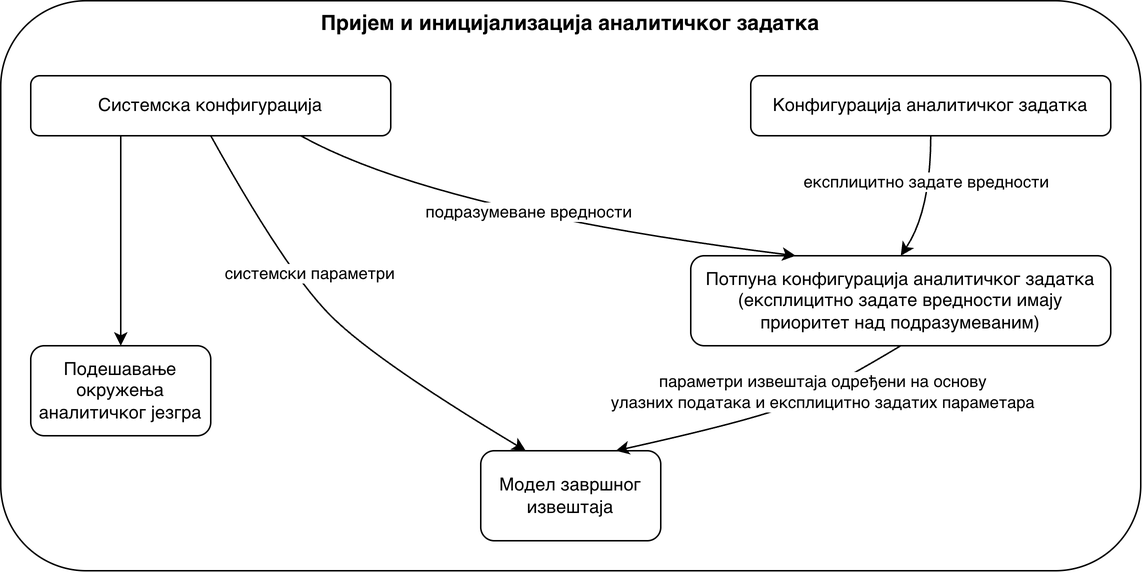
Earlier version of the draw.io export figures/system-design-diagrams/export/analytical-task-initialization-diagram.png (RogovGreg/master-thesis). Source tidied: cells renumbered, new cells last; positions are measured from the earlier drawing's top-left corner, leaving out a move shared by most shapes. The source it was exported from:
```xml
<mxGraphModel>
  <root>
    <mxCell id="0" />
    <mxCell id="1" parent="0" />
    <mxCell id="2" style="rounded=1;whiteSpace=wrap;html=1;" parent="1" vertex="1">
      <mxGeometry width="760" height="380" as="geometry" />
    </mxCell>
    <mxCell id="3" value="&lt;font style=&quot;font-size: 14px;&quot;&gt;&lt;b&gt;Пријем и иницијализација аналитичког задатка&lt;/b&gt;&lt;/font&gt;" style="text;html=1;whiteSpace=wrap;strokeColor=none;fillColor=none;align=center;verticalAlign=middle;rounded=0;" parent="1" vertex="1">
      <mxGeometry x="205" width="350" height="30" as="geometry" />
    </mxCell>
    <mxCell id="4" style="edgeStyle=orthogonalEdgeStyle;rounded=0;jettySize=auto;html=1;exitX=0.25;exitY=1;exitDx=0;exitDy=0;entryX=0.5;entryY=0;entryDx=0;entryDy=0;" parent="1" edge="1" source="5" target="8">
      <mxGeometry relative="1" as="geometry" />
    </mxCell>
    <mxCell id="5" value="Системска конфигурација" style="rounded=1;whiteSpace=wrap;html=1;" parent="1" vertex="1">
      <mxGeometry x="20" y="50" width="240" height="40" as="geometry" />
    </mxCell>
    <mxCell id="6" value="Конфигурација аналитичког задатка" style="rounded=1;whiteSpace=wrap;html=1;" parent="1" vertex="1">
      <mxGeometry x="500" y="50" width="240" height="40" as="geometry" />
    </mxCell>
    <mxCell id="7" value="&lt;span&gt;Потпуна конфигурација аналитичког задатка&lt;/span&gt;&lt;br&gt;&lt;span&gt;(експлицитно задате вредности имају приоритет над подразумеваним)&lt;/span&gt;" style="rounded=1;whiteSpace=wrap;html=1;" parent="1" vertex="1">
      <mxGeometry x="460" y="170" width="280" height="60" as="geometry" />
    </mxCell>
    <mxCell id="8" value="Подешавање окружења аналитичког језгра" style="rounded=1;whiteSpace=wrap;html=1;" parent="1" vertex="1">
      <mxGeometry x="20" y="230" width="120" height="60" as="geometry" />
    </mxCell>
    <mxCell id="9" value="Модел завршног извештаја" style="rounded=1;whiteSpace=wrap;html=1;" parent="1" vertex="1">
      <mxGeometry x="320" y="300" width="120" height="60" as="geometry" />
    </mxCell>
    <mxCell id="10" style="curved=1;endArrow=classic;html=1;rounded=0;exitX=0.75;exitY=1;exitDx=0;exitDy=0;entryX=0.25;entryY=0;entryDx=0;entryDy=0;" parent="1" edge="1" source="5" target="7">
      <mxGeometry relative="1" as="geometry">
        <Array as="points">
          <mxPoint x="290" y="140" />
        </Array>
      </mxGeometry>
    </mxCell>
    <mxCell id="11" value="подразумеване вредности" style="edgeLabel;html=1;align=center;verticalAlign=middle;" parent="10" vertex="1">
      <mxGeometry x="-0.05" y="7" relative="1" as="geometry" />
    </mxCell>
    <mxCell id="12" style="curved=1;endArrow=classic;html=1;rounded=0;exitX=0.5;exitY=1;exitDx=0;exitDy=0;entryX=0.5;entryY=0;entryDx=0;entryDy=0;" parent="1" edge="1" source="6" target="7">
      <mxGeometry relative="1" as="geometry">
        <Array as="points">
          <mxPoint x="620" y="140" />
        </Array>
      </mxGeometry>
    </mxCell>
    <mxCell id="13" value="експлицитно задате вредности" style="edgeLabel;html=1;align=center;verticalAlign=middle;" parent="12" vertex="1">
      <mxGeometry x="-0.31" y="-4" relative="1" as="geometry" />
    </mxCell>
    <mxCell id="14" style="curved=1;endArrow=classic;html=1;rounded=0;exitX=0.5;exitY=1;exitDx=0;exitDy=0;entryX=0.25;entryY=0;entryDx=0;entryDy=0;" parent="1" edge="1" source="5" target="9">
      <mxGeometry relative="1" as="geometry">
        <Array as="points">
          <mxPoint x="190" y="180" />
          <mxPoint x="250" y="240" />
        </Array>
      </mxGeometry>
    </mxCell>
    <mxCell id="15" value="системски параметри" style="edgeLabel;html=1;align=center;verticalAlign=middle;" parent="14" vertex="1">
      <mxGeometry x="-0.24" y="10" relative="1" as="geometry" />
    </mxCell>
    <mxCell id="16" value="параметри извештаја одређени на основу&lt;br&gt;улазних података и експлицитно задатих параметара" style="curved=1;endArrow=classic;html=1;rounded=0;exitX=0.5;exitY=1;exitDx=0;exitDy=0;entryX=0.75;entryY=0;entryDx=0;entryDy=0;" parent="1" edge="1" source="7" target="9">
      <mxGeometry x="-0.4" relative="1" as="geometry">
        <Array as="points">
          <mxPoint x="550" y="260" />
          <mxPoint x="500" y="280" />
        </Array>
      </mxGeometry>
    </mxCell>
  </root>
</mxGraphModel>
```
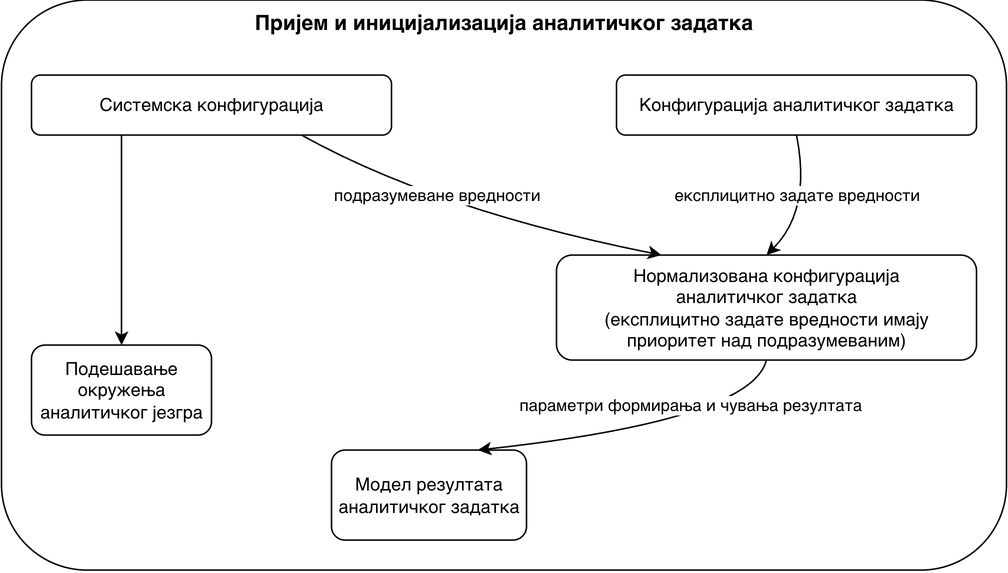
After the commit.

Diff of the diagram source:
```diff
@@ -3,10 +3,10 @@
     <mxCell id="0" />
     <mxCell id="1" parent="0" />
     <mxCell id="2" style="rounded=1;whiteSpace=wrap;html=1;" parent="1" vertex="1">
-      <mxGeometry width="760" height="380" as="geometry" />
+      <mxGeometry width="670" height="380" as="geometry" />
     </mxCell>
     <mxCell id="3" value="&lt;font style=&quot;font-size: 14px;&quot;&gt;&lt;b&gt;Пријем и иницијализација аналитичког задатка&lt;/b&gt;&lt;/font&gt;" style="text;html=1;whiteSpace=wrap;strokeColor=none;fillColor=none;align=center;verticalAlign=middle;rounded=0;" parent="1" vertex="1">
-      <mxGeometry x="205" width="350" height="30" as="geometry" />
+      <mxGeometry x="160" width="350" height="30" as="geometry" />
     </mxCell>
     <mxCell id="4" style="edgeStyle=orthogonalEdgeStyle;rounded=0;jettySize=auto;html=1;exitX=0.25;exitY=1;exitDx=0;exitDy=0;entryX=0.5;entryY=0;entryDx=0;entryDy=0;" parent="1" edge="1" source="5" target="8">
       <mxGeometry relative="1" as="geometry" />
@@ -15,16 +15,16 @@
       <mxGeometry x="20" y="50" width="240" height="40" as="geometry" />
     </mxCell>
     <mxCell id="6" value="Конфигурација аналитичког задатка" style="rounded=1;whiteSpace=wrap;html=1;" parent="1" vertex="1">
-      <mxGeometry x="500" y="50" width="240" height="40" as="geometry" />
+      <mxGeometry x="410" y="50" width="240" height="40" as="geometry" />
     </mxCell>
-    <mxCell id="7" value="&lt;span&gt;Потпуна конфигурација аналитичког задатка&lt;/span&gt;&lt;br&gt;&lt;span&gt;(експлицитно задате вредности имају приоритет над подразумеваним)&lt;/span&gt;" style="rounded=1;whiteSpace=wrap;html=1;" parent="1" vertex="1">
-      <mxGeometry x="460" y="170" width="280" height="60" as="geometry" />
+    <mxCell id="7" value="Нормализована конфигурација&lt;div&gt;аналитичког задатка&lt;br&gt;&lt;span&gt;(експлицитно задате вредности имају приоритет над подразумеваним)&lt;/span&gt;&lt;/div&gt;" style="rounded=1;whiteSpace=wrap;html=1;" parent="1" vertex="1">
+      <mxGeometry x="370" y="170" width="280" height="70" as="geometry" />
     </mxCell>
     <mxCell id="8" value="Подешавање окружења аналитичког језгра" style="rounded=1;whiteSpace=wrap;html=1;" parent="1" vertex="1">
       <mxGeometry x="20" y="230" width="120" height="60" as="geometry" />
     </mxCell>
-    <mxCell id="9" value="Модел завршног извештаја" style="rounded=1;whiteSpace=wrap;html=1;" parent="1" vertex="1">
-      <mxGeometry x="320" y="300" width="120" height="60" as="geometry" />
+    <mxCell id="9" value="Модел резултата аналитичког задатка" style="rounded=1;whiteSpace=wrap;html=1;" parent="1" vertex="1">
+      <mxGeometry x="220" y="300" width="130" height="60" as="geometry" />
     </mxCell>
     <mxCell id="10" style="curved=1;endArrow=classic;html=1;rounded=0;exitX=0.75;exitY=1;exitDx=0;exitDy=0;entryX=0.25;entryY=0;entryDx=0;entryDy=0;" parent="1" edge="1" source="5" target="7">
       <mxGeometry relative="1" as="geometry">
@@ -34,33 +34,25 @@
       </mxGeometry>
     </mxCell>
     <mxCell id="11" value="подразумеване вредности" style="edgeLabel;html=1;align=center;verticalAlign=middle;" parent="10" vertex="1">
-      <mxGeometry x="-0.05" y="7" relative="1" as="geometry" />
+      <mxGeometry x="-0.05" y="7" relative="1" as="geometry">
+        <mxPoint x="-20" y="-7" as="offset" />
+      </mxGeometry>
     </mxCell>
     <mxCell id="12" style="curved=1;endArrow=classic;html=1;rounded=0;exitX=0.5;exitY=1;exitDx=0;exitDy=0;entryX=0.5;entryY=0;entryDx=0;entryDy=0;" parent="1" edge="1" source="6" target="7">
       <mxGeometry relative="1" as="geometry">
         <Array as="points">
-          <mxPoint x="620" y="140" />
+          <mxPoint x="540" y="140" />
         </Array>
       </mxGeometry>
     </mxCell>
     <mxCell id="13" value="експлицитно задате вредности" style="edgeLabel;html=1;align=center;verticalAlign=middle;" parent="12" vertex="1">
-      <mxGeometry x="-0.31" y="-4" relative="1" as="geometry" />
+      <mxGeometry x="-0.31" y="-4" relative="1" as="geometry">
+        <mxPoint x="-2" y="8" as="offset" />
+      </mxGeometry>
     </mxCell>
-    <mxCell id="14" style="curved=1;endArrow=classic;html=1;rounded=0;exitX=0.5;exitY=1;exitDx=0;exitDy=0;entryX=0.25;entryY=0;entryDx=0;entryDy=0;" parent="1" edge="1" source="5" target="9">
-      <mxGeometry relative="1" as="geometry">
-        <Array as="points">
-          <mxPoint x="190" y="180" />
-          <mxPoint x="250" y="240" />
-        </Array>
-      </mxGeometry>
-    </mxCell>
-    <mxCell id="15" value="системски параметри" style="edgeLabel;html=1;align=center;verticalAlign=middle;" parent="14" vertex="1">
-      <mxGeometry x="-0.24" y="10" relative="1" as="geometry" />
-    </mxCell>
-    <mxCell id="16" value="параметри извештаја одређени на основу&lt;br&gt;улазних података и експлицитно задатих параметара" style="curved=1;endArrow=classic;html=1;rounded=0;exitX=0.5;exitY=1;exitDx=0;exitDy=0;entryX=0.75;entryY=0;entryDx=0;entryDy=0;" parent="1" edge="1" source="7" target="9">
-      <mxGeometry x="-0.4" relative="1" as="geometry">
+    <mxCell id="16" value="параметри формирања и чувања резултата" style="curved=1;endArrow=classic;html=1;rounded=0;exitX=0.5;exitY=1;exitDx=0;exitDy=0;entryX=0.75;entryY=0;entryDx=0;entryDy=0;" parent="1" edge="1" source="7" target="9">
+      <mxGeometry x="-0.29" y="-14" relative="1" as="geometry">
         <Array as="points">
-          <mxPoint x="550" y="260" />
           <mxPoint x="500" y="280" />
         </Array>
       </mxGeometry>
```
